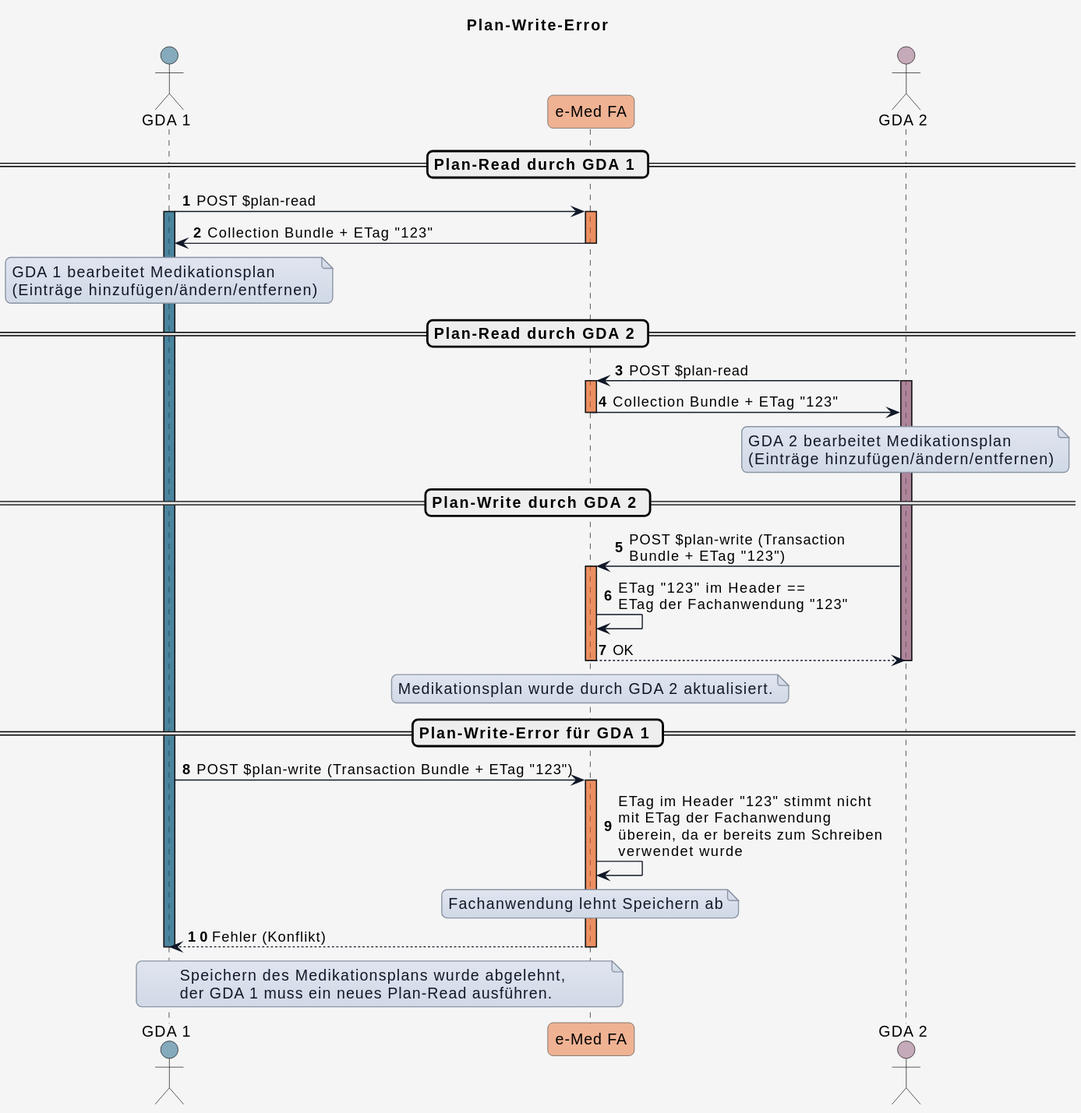
Earlier version of the PlantUML export r4-ELGA-e-Medikation-main/plantuml/interaction_planwrite_error.svg (HL7Austria/hl7austria.github.io). The source it was exported from:
```plantuml
@startuml
title Plan-Write-Error


skinparam borderColor #000000
skinparam backgroundColor #f5f5f5
skinparam shadowing false
skinparam roundCorner 10
skinparam defaultFontName "Arial"
skinparam defaultFontSize 14
skinparam defaultFontColor #000000
skinparam HyperlinkColor #0000EE
skinparam HyperlinkUnderline false
skinparam BoxPadding 20
skinparam BoxBorderColor #555555

skinparam note {
  BackgroundColor #e0e5f0-#d1d9e6
  BorderColor #8b95a5
  BorderThickness 1
  RoundCorner 0
  Padding 6
  FontColor #111827
  Shadowing false
}

skinparam sequence {
  ParticipantBorderColor #555555
  ParticipantBackgroundColor #ffffff
  ParticipantFontColor #000000
  ParticipantFontSize 14
  ParticipantPadding 20
  ArrowColor #111827
  ArrowThickness 1
  ArrowFontColor #000000
  ArrowFontSize 13
  GroupBorderColor #111827
  GroupBackgroundColor #eef2ff
  GroupBorderThickness 2
}

!define COLOR_GDA_1    #15608280
!define COLOR_GDA_2    #96607D80
!define COLOR_PATIENT  #196B2480
!define COLOR_APO      #0F9ED590
!define COLOR_EMED_FA  #E9713280
!define COLOR_E_REZEPT #C0504D80

!define COLOR_OK       #0F9ED525
!define COLOR_ERROR    #E9713235

actor GDA_1 as "GDA 1" COLOR_GDA_1
participant eMed_FA as "e-Med FA" COLOR_EMED_FA
actor GDA_2 as "GDA 2" COLOR_GDA_2

autonumber

== Plan-Read durch GDA 1 ==

GDA_1 -> eMed_FA: POST $plan-read
activate GDA_1 COLOR_GDA_1

activate eMed_FA COLOR_EMED_FA
eMed_FA -> GDA_1: Collection Bundle + ETag "123"
deactivate eMed_FA

note over GDA_1
GDA 1 bearbeitet Medikationsplan
(Einträge hinzufügen/ändern/entfernen)
end note

== Plan-Read durch GDA 2 ==

GDA_2 -> eMed_FA: POST $plan-read
activate GDA_2 COLOR_GDA_2

activate eMed_FA COLOR_EMED_FA

eMed_FA -> GDA_2: Collection Bundle + ETag "123"
deactivate eMed_FA

note over GDA_2
GDA 2 bearbeitet Medikationsplan
(Einträge hinzufügen/ändern/entfernen)
end note

== Plan-Write durch GDA 2 ==

GDA_2 -> eMed_FA: POST $plan-write (Transaction\nBundle + ETag "123")

activate eMed_FA COLOR_EMED_FA
eMed_FA -> eMed_FA: ETag "123" im Header ==\nETag der Fachanwendung "123"
eMed_FA --> GDA_2: OK
deactivate GDA_2

note over eMed_FA
Medikationsplan wurde durch GDA 2 aktualisiert.
end note

deactivate eMed_FA

== Plan-Write-Error für GDA 1 ==

GDA_1 -> eMed_FA: POST $plan-write (Transaction Bundle + ETag "123")

activate eMed_FA COLOR_EMED_FA
eMed_FA -> eMed_FA: ETag im Header "123" stimmt nicht\nmit ETag der Fachanwendung\nüberein, da er bereits zum Schreiben\nverwendet wurde
note over eMed_FA
Fachanwendung lehnt Speichern ab
end note
eMed_FA --> GDA_1: Fehler (Konflikt)
deactivate GDA_1
note over eMed_FA, GDA_1
Speichern des Medikationsplans wurde abgelehnt,
der GDA 1 muss ein neues Plan-Read ausführen.
end note

deactivate eMed_FA
@enduml
```
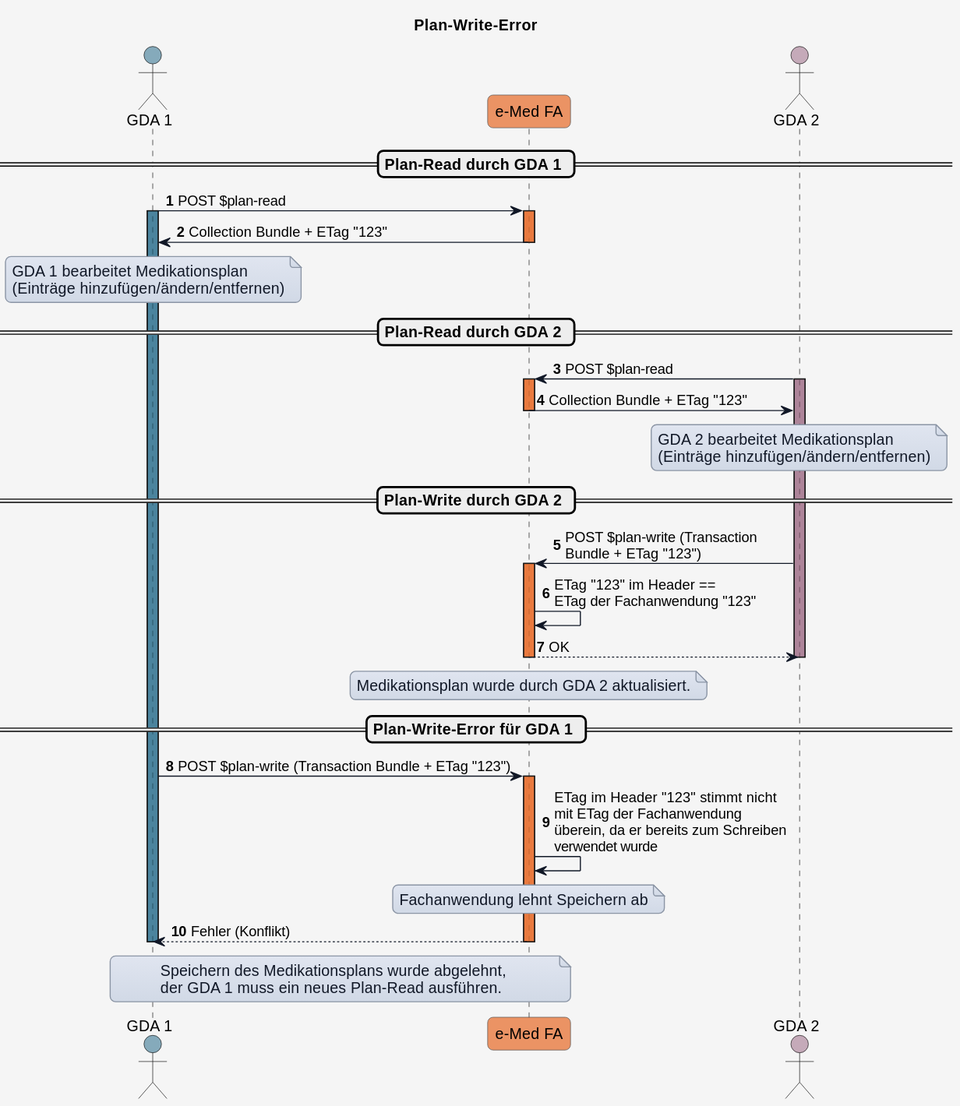
The same diagram one commit later.

Change to the diagram source:
```diff
@@ -43,8 +43,8 @@
 !define COLOR_GDA_2    #96607D80
 !define COLOR_PATIENT  #196B2480
 !define COLOR_APO      #0F9ED590
-!define COLOR_EMED_FA  #E9713280
-!define COLOR_E_REZEPT #C0504D80
+!define COLOR_EMED_FA  #e97232bd
+!define COLOR_E_REZEPT #cd3732a9
 
 !define COLOR_OK       #0F9ED525
 !define COLOR_ERROR    #E9713235
```
